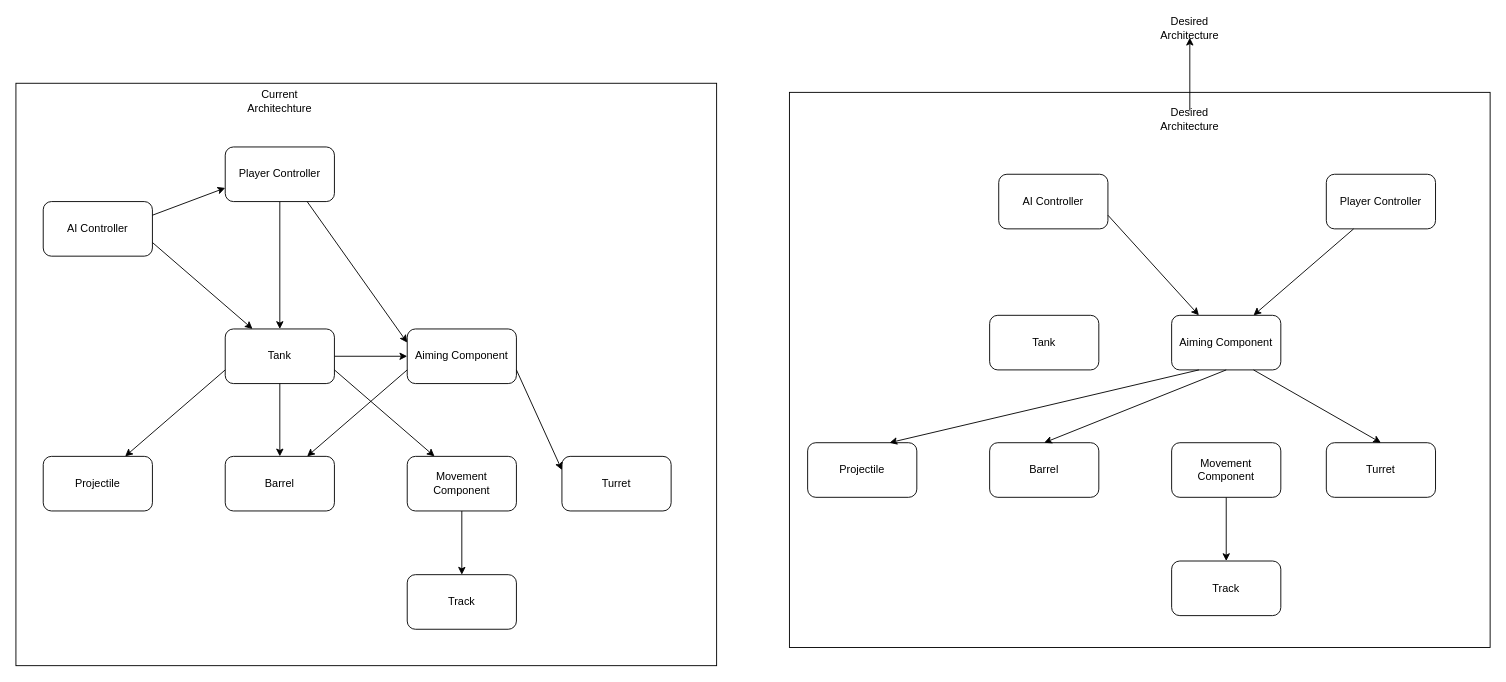
Earlier version of the draw.io diagram DependencyMapping.drawio (Jabonija99/BattleTank). Source tidied: cells renumbered, new cells numbered last; positions are measured from the earlier drawing's top-left corner, leaving out a move shared by most shapes. Both pictures are drawn from the tidied source at 91%, with x=0, y=0 at pixel (15, 19).
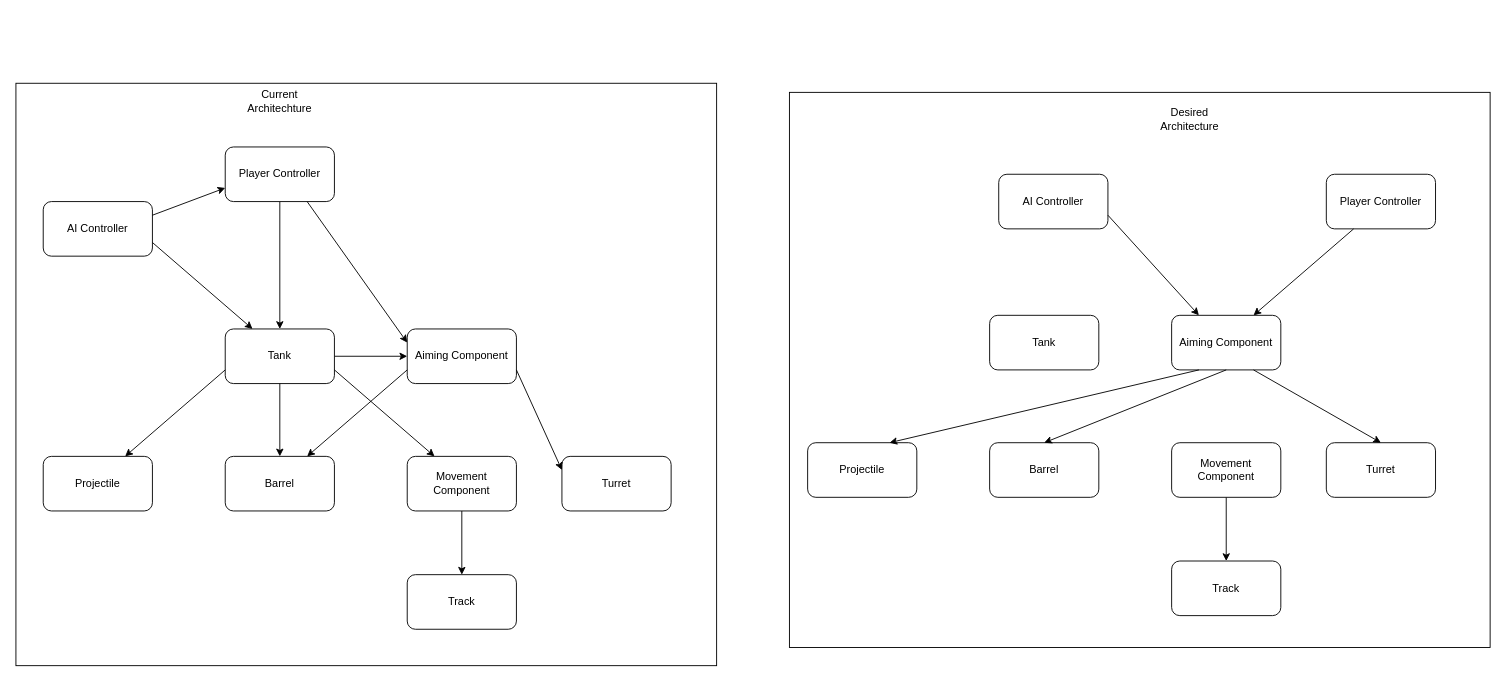
The same diagram, later.

Unchanged cells that the change refers to:
```xml
<mxCell id="41" value="Desired Architecture" style="text;html=1;strokeColor=none;fillColor=none;align=center;verticalAlign=middle;whiteSpace=wrap;rounded=0;" parent="1" vertex="1">
  <mxGeometry x="1270" y="100" width="40" height="20" as="geometry" />
</mxCell>
```

Change to the diagram source:
```diff
@@
-    <mxCell id="40" style="edgeStyle=orthogonalEdgeStyle;rounded=0;jettySize=auto;html=1;" parent="1" edge="1" source="41" target="42">
-      <mxGeometry relative="1" as="geometry" />
-    </mxCell>
@@
-    <mxCell id="42" value="Desired Architecture" style="text;html=1;strokeColor=none;fillColor=none;align=center;verticalAlign=middle;whiteSpace=wrap;rounded=0;" parent="1" vertex="1">
-      <mxGeometry x="1270" width="40" height="20" as="geometry" />
-    </mxCell>
```
